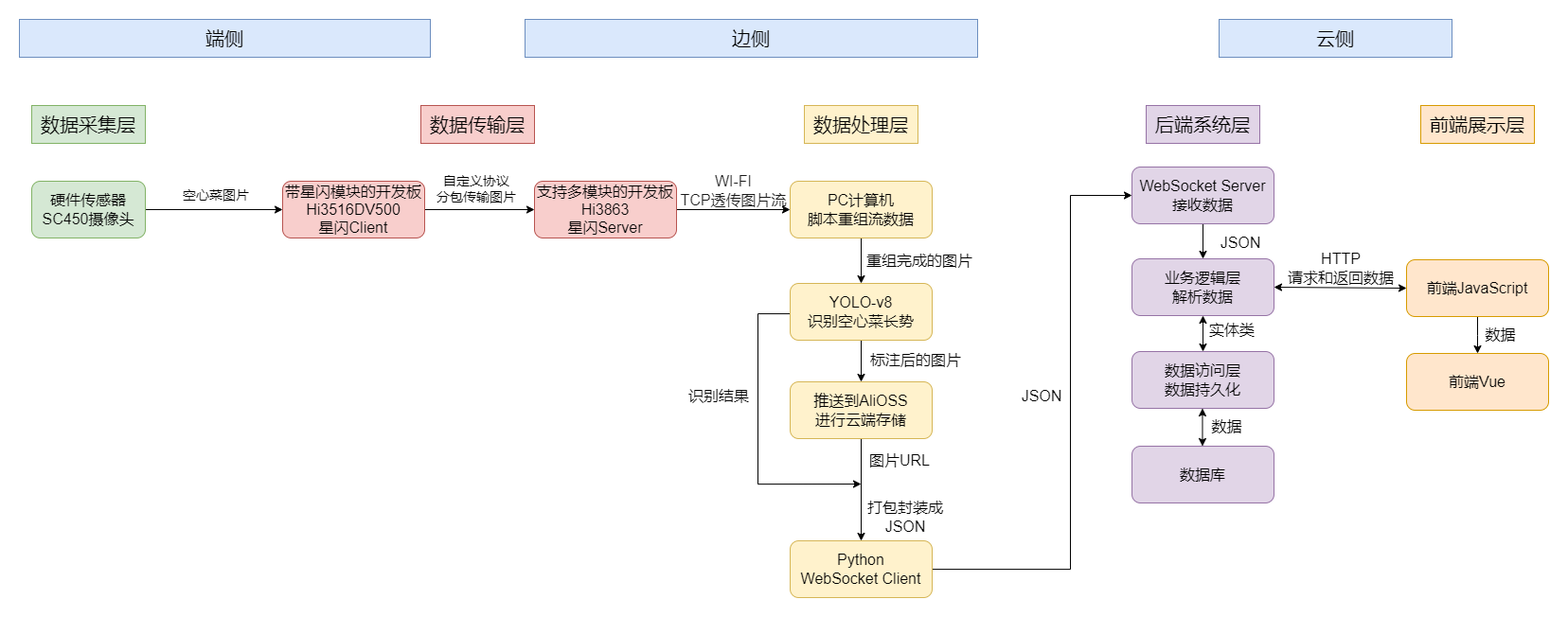
Earlier version of the draw.io export grad-design/v1.2.drawio.png (aluebo/draw.io). Source tidied: cells renumbered, new cells last; positions are measured from the earlier drawing's top-left corner, leaving out a move shared by most shapes.
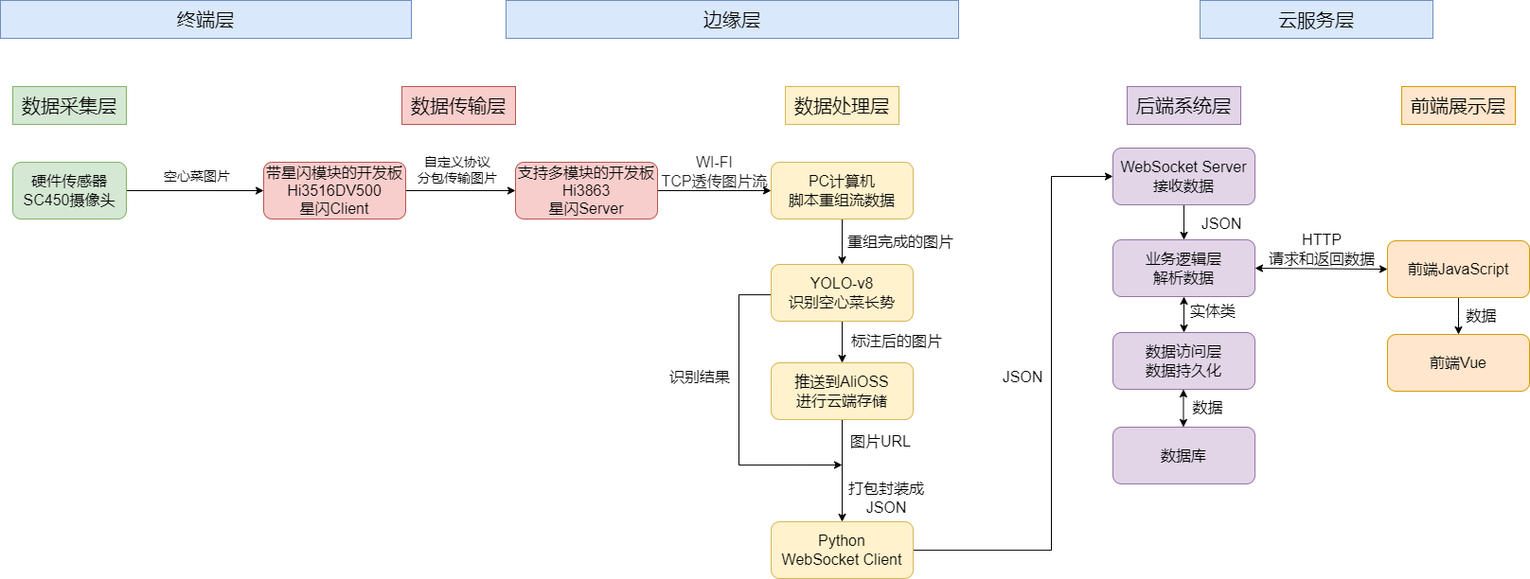
The same file after the commit.

Diff of the diagram source:
```diff
@@ -120,13 +120,13 @@
     <mxCell id="37" value="&lt;span style=&quot;font-size: 16px;&quot;&gt;打包封装成JSON&lt;/span&gt;" style="text;html=1;whiteSpace=wrap;strokeColor=none;fillColor=none;align=center;verticalAlign=middle;rounded=0;" parent="1" vertex="1">
       <mxGeometry x="876" y="511" width="120" height="30" as="geometry" />
     </mxCell>
-    <mxCell id="38" value="&lt;font style=&quot;font-size: 20px;&quot;&gt;端侧&lt;/font&gt;" style="rounded=0;whiteSpace=wrap;html=1;fillColor=#dae8fc;strokeColor=#6c8ebf;" parent="1" vertex="1">
+    <mxCell id="38" value="&lt;span style=&quot;font-size: 20px;&quot;&gt;终端层&lt;/span&gt;" style="rounded=0;whiteSpace=wrap;html=1;fillColor=#dae8fc;strokeColor=#6c8ebf;" parent="1" vertex="1">
       <mxGeometry width="434" height="40" as="geometry" />
     </mxCell>
-    <mxCell id="39" value="&lt;font style=&quot;font-size: 20px;&quot;&gt;边侧&lt;/font&gt;" style="rounded=0;whiteSpace=wrap;html=1;fillColor=#dae8fc;strokeColor=#6c8ebf;" parent="1" vertex="1">
+    <mxCell id="39" value="&lt;span style=&quot;font-size: 20px;&quot;&gt;边缘层&lt;/span&gt;" style="rounded=0;whiteSpace=wrap;html=1;fillColor=#dae8fc;strokeColor=#6c8ebf;" parent="1" vertex="1">
       <mxGeometry x="534" width="478" height="40" as="geometry" />
     </mxCell>
-    <mxCell id="40" value="&lt;span style=&quot;font-size: 20px;&quot;&gt;云侧&lt;/span&gt;" style="rounded=0;whiteSpace=wrap;html=1;fillColor=#dae8fc;strokeColor=#6c8ebf;" parent="1" vertex="1">
+    <mxCell id="40" value="&lt;span style=&quot;font-size: 20px;&quot;&gt;云服务层&lt;/span&gt;" style="rounded=0;whiteSpace=wrap;html=1;fillColor=#dae8fc;strokeColor=#6c8ebf;" parent="1" vertex="1">
       <mxGeometry x="1267" width="246" height="40" as="geometry" />
     </mxCell>
     <mxCell id="41" style="edgeStyle=orthogonalEdgeStyle;rounded=0;jettySize=auto;html=1;entryX=0.5;entryY=0;entryDx=0;entryDy=0;" parent="1" edge="1" source="42" target="47">
```
